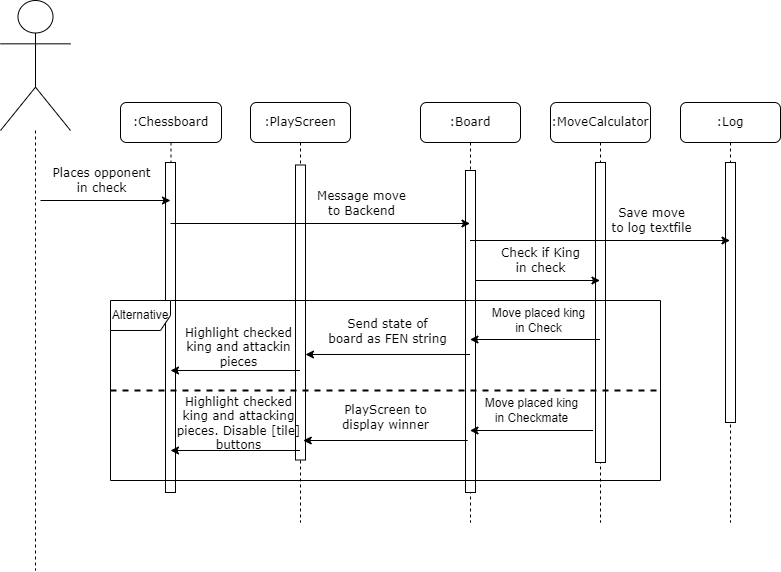
Above: dev/diagrams/Sequence Diagram UC 4.0.png in Skadoot/GP9 (draw.io), before the change. Source tidied: cells renumbered, new cells last; positions are measured from the earlier drawing's top-left corner, leaving out a move shared by most shapes. The source it was exported from:
```xml
<mxGraphModel>
  <root>
    <mxCell id="0" />
    <mxCell id="1" parent="0" />
    <mxCell id="2" value=":PlayScreen" style="shape=umlLifeline;perimeter=lifelinePerimeter;whiteSpace=wrap;html=1;rounded=1;shadow=0;comic=0;labelBackgroundColor=none;strokeWidth=1;fontFamily=Verdana;fontSize=12;align=center;" parent="1" vertex="1">
      <mxGeometry x="250" y="102" width="100" height="420" as="geometry" />
    </mxCell>
    <mxCell id="3" style="html=1;points=[];perimeter=orthogonalPerimeter;rounded=0;shadow=0;comic=0;labelBackgroundColor=none;strokeWidth=1;fontFamily=Verdana;fontSize=12;align=center;" parent="2" vertex="1">
      <mxGeometry x="45" y="62.5" width="10" height="295" as="geometry" />
    </mxCell>
    <mxCell id="4" value=":Chessboard" style="shape=umlLifeline;perimeter=lifelinePerimeter;whiteSpace=wrap;html=1;outlineConnect=0;rounded=1;shadow=0;comic=0;labelBackgroundColor=none;strokeWidth=1;fontFamily=Verdana;fontSize=12;align=center;" parent="1" vertex="1">
      <mxGeometry x="120" y="102" width="101" height="390" as="geometry" />
    </mxCell>
    <mxCell id="5" style="html=1;perimeter=orthogonalPerimeter;rounded=0;shadow=0;comic=0;labelBackgroundColor=none;strokeWidth=1;fontFamily=Verdana;fontSize=12;align=center;" parent="4" vertex="1">
      <mxGeometry x="45" y="60" width="10" height="330" as="geometry" />
    </mxCell>
    <mxCell id="6" style="edgeStyle=orthogonalEdgeStyle;rounded=0;jettySize=auto;html=1;dashed=1;endArrow=none;endFill=0;" parent="1" edge="1" source="7">
      <mxGeometry relative="1" as="geometry">
        <mxPoint x="35" y="570" as="targetPoint" />
        <Array as="points">
          <mxPoint x="35" y="40" />
        </Array>
      </mxGeometry>
    </mxCell>
    <mxCell id="7" style="shape=umlActor;verticalLabelPosition=bottom;verticalAlign=top;html=1;outlineConnect=0;" parent="1" vertex="1">
      <mxGeometry width="70" height="130" as="geometry" />
    </mxCell>
    <mxCell id="8" value=":Board" style="shape=umlLifeline;perimeter=lifelinePerimeter;whiteSpace=wrap;html=1;outlineConnect=0;rounded=1;shadow=0;comic=0;labelBackgroundColor=none;strokeWidth=1;fontFamily=Verdana;fontSize=12;align=center;" parent="1" vertex="1">
      <mxGeometry x="420" y="102" width="100" height="420" as="geometry" />
    </mxCell>
    <mxCell id="9" style="html=1;perimeter=orthogonalPerimeter;rounded=0;shadow=0;comic=0;labelBackgroundColor=none;strokeWidth=1;fontFamily=Verdana;fontSize=12;align=center;" parent="8" vertex="1">
      <mxGeometry x="45" y="68" width="10" height="322" as="geometry" />
    </mxCell>
    <mxCell id="10" value=":MoveCalculator" style="shape=umlLifeline;perimeter=lifelinePerimeter;whiteSpace=wrap;html=1;outlineConnect=0;rounded=1;shadow=0;comic=0;labelBackgroundColor=none;strokeWidth=1;fontFamily=Verdana;fontSize=12;align=center;" parent="1" vertex="1">
      <mxGeometry x="550" y="102" width="100" height="420" as="geometry" />
    </mxCell>
    <mxCell id="11" style="html=1;perimeter=orthogonalPerimeter;rounded=0;shadow=0;comic=0;labelBackgroundColor=none;strokeWidth=1;fontFamily=Verdana;fontSize=12;align=center;" parent="10" vertex="1">
      <mxGeometry x="45" y="60" width="10" height="300" as="geometry" />
    </mxCell>
    <mxCell id="12" value="Check if King&lt;br&gt;in check" style="endArrow=classic;html=1;rounded=0;fontFamily=Verdana;fontSize=12;labelBackgroundColor=none;" parent="10" edge="1" target="10">
      <mxGeometry x="0.04" y="20" relative="1" as="geometry">
        <mxPoint x="-75" y="178" as="sourcePoint" />
      </mxGeometry>
    </mxCell>
    <mxCell id="13" value=":Log" style="shape=umlLifeline;perimeter=lifelinePerimeter;whiteSpace=wrap;html=1;outlineConnect=0;rounded=1;shadow=0;comic=0;labelBackgroundColor=none;strokeWidth=1;fontFamily=Verdana;fontSize=12;align=center;" parent="1" vertex="1">
      <mxGeometry x="680" y="102" width="100" height="420" as="geometry" />
    </mxCell>
    <mxCell id="14" style="html=1;perimeter=orthogonalPerimeter;rounded=0;shadow=0;comic=0;labelBackgroundColor=none;strokeWidth=1;fontFamily=Verdana;fontSize=12;align=center;" parent="13" vertex="1">
      <mxGeometry x="45" y="60" width="10" height="260" as="geometry" />
    </mxCell>
    <mxCell id="15" value="Places opponent&lt;br&gt;in check" style="endArrow=classic;html=1;rounded=0;fontFamily=Verdana;fontSize=12;labelBackgroundColor=none;" parent="1" edge="1" target="4">
      <mxGeometry x="-0.06" y="20" relative="1" as="geometry">
        <mxPoint x="40" y="200" as="sourcePoint" />
      </mxGeometry>
    </mxCell>
    <mxCell id="16" value="Save move&lt;br&gt;to log textfile" style="endArrow=classic;html=1;rounded=0;fontFamily=Verdana;fontSize=12;labelBackgroundColor=none;" parent="1" edge="1">
      <mxGeometry x="0.39" y="20" relative="1" as="geometry">
        <mxPoint x="469.5" y="240" as="sourcePoint" />
        <mxPoint x="729.5" y="240" as="targetPoint" />
      </mxGeometry>
    </mxCell>
    <mxCell id="17" value="Alternative" style="shape=umlFrame;whiteSpace=wrap;html=1;" parent="1" vertex="1">
      <mxGeometry x="110" y="300" width="550" height="180" as="geometry" />
    </mxCell>
    <mxCell id="18" style="endArrow=none;dashed=1;html=1;strokeWidth=2;rounded=0;" parent="1" edge="1">
      <mxGeometry relative="1" as="geometry">
        <mxPoint x="110" y="390" as="sourcePoint" />
        <mxPoint x="660" y="390" as="targetPoint" />
      </mxGeometry>
    </mxCell>
    <mxCell id="19" value="&lt;font style=&quot;font-size: 12px;&quot;&gt;Move placed king&lt;br&gt;in Check&lt;br&gt;&lt;/font&gt;" style="endArrow=classic;html=1;rounded=0;labelBackgroundColor=none;" parent="1" edge="1" target="8">
      <mxGeometry x="-0.04" y="-19" relative="1" as="geometry">
        <mxPoint x="599.5" y="339" as="sourcePoint" />
      </mxGeometry>
    </mxCell>
    <mxCell id="20" style="endArrow=classic;html=1;rounded=0;" parent="1" edge="1" target="3">
      <mxGeometry relative="1" as="geometry">
        <mxPoint x="469.5" y="354" as="sourcePoint" />
      </mxGeometry>
    </mxCell>
    <mxCell id="21" value="&lt;font style=&quot;font-size: 12px;&quot; face=&quot;Verdana&quot;&gt;Send state of&lt;br&gt;board as FEN string&lt;br&gt;&lt;/font&gt;" style="edgeLabel;html=1;align=center;verticalAlign=middle;labelBackgroundColor=none;" parent="20" vertex="1">
      <mxGeometry x="-0.37" y="-1" relative="1" as="geometry">
        <mxPoint x="-31" y="-23" as="offset" />
      </mxGeometry>
    </mxCell>
    <mxCell id="22" style="endArrow=classic;html=1;rounded=0;" parent="1" edge="1" target="4">
      <mxGeometry relative="1" as="geometry">
        <mxPoint x="299.5" y="370" as="sourcePoint" />
      </mxGeometry>
    </mxCell>
    <mxCell id="23" value="&lt;font style=&quot;font-size: 12px;&quot; face=&quot;Verdana&quot;&gt;Highlight checked&lt;br&gt;king and attackin&lt;br&gt;pieces&lt;br&gt;&lt;/font&gt;" style="edgeLabel;html=1;align=center;verticalAlign=middle;labelBackgroundColor=none;" parent="22" vertex="1">
      <mxGeometry x="-0.37" y="-1" relative="1" as="geometry">
        <mxPoint x="-21" y="-23" as="offset" />
      </mxGeometry>
    </mxCell>
    <mxCell id="24" value="&lt;font style=&quot;font-size: 12px;&quot;&gt;Move placed king&lt;br&gt;in Checkmate&lt;br&gt;&lt;/font&gt;" style="endArrow=classic;html=1;rounded=0;labelBackgroundColor=none;" parent="1" edge="1" target="8">
      <mxGeometry y="-20" relative="1" as="geometry">
        <mxPoint x="592.5" y="430" as="sourcePoint" />
      </mxGeometry>
    </mxCell>
    <mxCell id="25" style="endArrow=classic;html=1;rounded=0;" parent="1" edge="1">
      <mxGeometry relative="1" as="geometry">
        <mxPoint x="467.2" y="440" as="sourcePoint" />
        <mxPoint x="302.8" y="440" as="targetPoint" />
      </mxGeometry>
    </mxCell>
    <mxCell id="26" value="&lt;font style=&quot;font-size: 12px;&quot; face=&quot;Verdana&quot;&gt;PlayScreen to&lt;br&gt;display winner&lt;br&gt;&lt;/font&gt;" style="edgeLabel;html=1;align=center;verticalAlign=middle;labelBackgroundColor=none;" parent="25" vertex="1">
      <mxGeometry x="-0.37" y="-1" relative="1" as="geometry">
        <mxPoint x="-31" y="-23" as="offset" />
      </mxGeometry>
    </mxCell>
    <mxCell id="27" style="endArrow=classic;html=1;rounded=0;" parent="1" edge="1" target="4">
      <mxGeometry relative="1" as="geometry">
        <mxPoint x="299.5" y="450" as="sourcePoint" />
      </mxGeometry>
    </mxCell>
    <mxCell id="28" value="&lt;font style=&quot;font-size: 12px;&quot; face=&quot;Verdana&quot;&gt;Highlight checked&lt;br&gt;king and attacking&lt;br&gt;pieces. Disable [tile]&lt;br&gt;buttons&lt;br&gt;&lt;/font&gt;" style="edgeLabel;html=1;align=center;verticalAlign=middle;labelBackgroundColor=none;" parent="27" vertex="1">
      <mxGeometry x="-0.37" y="-1" relative="1" as="geometry">
        <mxPoint x="-21" y="-27" as="offset" />
      </mxGeometry>
    </mxCell>
    <mxCell id="29" value="Message move &lt;br&gt;to Backend" style="endArrow=classic;html=1;rounded=0;fontFamily=Verdana;fontSize=12;labelBackgroundColor=none;" parent="1" edge="1">
      <mxGeometry x="0.28" y="20" relative="1" as="geometry">
        <mxPoint x="170" y="223" as="sourcePoint" />
        <mxPoint x="469.5" y="223" as="targetPoint" />
      </mxGeometry>
    </mxCell>
  </root>
</mxGraphModel>
```
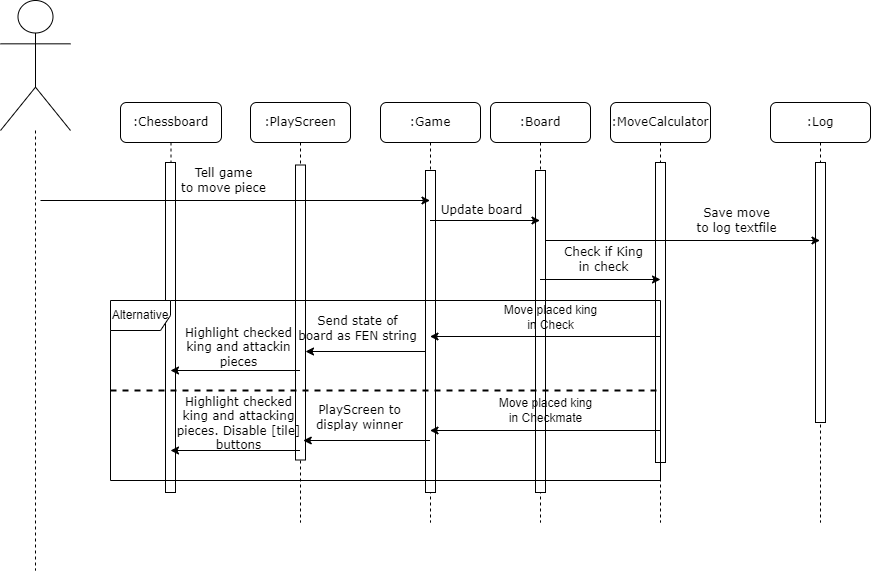
Later version of the same file.

The edit, as a diff of the source:
```diff
@@ -2,6 +2,12 @@
   <root>
     <mxCell id="0" />
     <mxCell id="1" parent="0" />
+    <mxCell id="30" value=":Game" style="shape=umlLifeline;perimeter=lifelinePerimeter;whiteSpace=wrap;html=1;outlineConnect=0;rounded=1;shadow=0;comic=0;labelBackgroundColor=none;strokeWidth=1;fontFamily=Verdana;fontSize=12;align=center;" parent="1" vertex="1">
+      <mxGeometry x="380" y="102" width="100" height="420" as="geometry" />
+    </mxCell>
+    <mxCell id="31" style="html=1;points=[];perimeter=orthogonalPerimeter;rounded=0;shadow=0;comic=0;labelBackgroundColor=none;strokeWidth=1;fontFamily=Verdana;fontSize=12;align=center;" parent="30" vertex="1">
+      <mxGeometry x="45" y="68" width="10" height="322" as="geometry" />
+    </mxCell>
     <mxCell id="2" value=":PlayScreen" style="shape=umlLifeline;perimeter=lifelinePerimeter;whiteSpace=wrap;html=1;rounded=1;shadow=0;comic=0;labelBackgroundColor=none;strokeWidth=1;fontFamily=Verdana;fontSize=12;align=center;" parent="1" vertex="1">
       <mxGeometry x="250" y="102" width="100" height="420" as="geometry" />
     </mxCell>
@@ -26,39 +32,33 @@
       <mxGeometry width="70" height="130" as="geometry" />
     </mxCell>
     <mxCell id="8" value=":Board" style="shape=umlLifeline;perimeter=lifelinePerimeter;whiteSpace=wrap;html=1;outlineConnect=0;rounded=1;shadow=0;comic=0;labelBackgroundColor=none;strokeWidth=1;fontFamily=Verdana;fontSize=12;align=center;" parent="1" vertex="1">
-      <mxGeometry x="420" y="102" width="100" height="420" as="geometry" />
+      <mxGeometry x="490" y="102" width="100" height="420" as="geometry" />
     </mxCell>
     <mxCell id="9" style="html=1;perimeter=orthogonalPerimeter;rounded=0;shadow=0;comic=0;labelBackgroundColor=none;strokeWidth=1;fontFamily=Verdana;fontSize=12;align=center;" parent="8" vertex="1">
       <mxGeometry x="45" y="68" width="10" height="322" as="geometry" />
     </mxCell>
     <mxCell id="10" value=":MoveCalculator" style="shape=umlLifeline;perimeter=lifelinePerimeter;whiteSpace=wrap;html=1;outlineConnect=0;rounded=1;shadow=0;comic=0;labelBackgroundColor=none;strokeWidth=1;fontFamily=Verdana;fontSize=12;align=center;" parent="1" vertex="1">
-      <mxGeometry x="550" y="102" width="100" height="420" as="geometry" />
+      <mxGeometry x="610" y="102" width="100" height="420" as="geometry" />
     </mxCell>
     <mxCell id="11" style="html=1;perimeter=orthogonalPerimeter;rounded=0;shadow=0;comic=0;labelBackgroundColor=none;strokeWidth=1;fontFamily=Verdana;fontSize=12;align=center;" parent="10" vertex="1">
       <mxGeometry x="45" y="60" width="10" height="300" as="geometry" />
     </mxCell>
-    <mxCell id="12" value="Check if King&lt;br&gt;in check" style="endArrow=classic;html=1;rounded=0;fontFamily=Verdana;fontSize=12;labelBackgroundColor=none;" parent="10" edge="1" target="10">
-      <mxGeometry x="0.04" y="20" relative="1" as="geometry">
-        <mxPoint x="-75" y="178" as="sourcePoint" />
-      </mxGeometry>
-    </mxCell>
     <mxCell id="13" value=":Log" style="shape=umlLifeline;perimeter=lifelinePerimeter;whiteSpace=wrap;html=1;outlineConnect=0;rounded=1;shadow=0;comic=0;labelBackgroundColor=none;strokeWidth=1;fontFamily=Verdana;fontSize=12;align=center;" parent="1" vertex="1">
-      <mxGeometry x="680" y="102" width="100" height="420" as="geometry" />
+      <mxGeometry x="770" y="102" width="100" height="420" as="geometry" />
     </mxCell>
     <mxCell id="14" style="html=1;perimeter=orthogonalPerimeter;rounded=0;shadow=0;comic=0;labelBackgroundColor=none;strokeWidth=1;fontFamily=Verdana;fontSize=12;align=center;" parent="13" vertex="1">
       <mxGeometry x="45" y="60" width="10" height="260" as="geometry" />
     </mxCell>
+    <mxCell id="16" value="Save move&lt;br&gt;to log textfile" style="endArrow=classic;html=1;rounded=0;fontFamily=Verdana;fontSize=12;labelBackgroundColor=none;" parent="13" edge="1" target="13">
+      <mxGeometry x="0.39" y="20" relative="1" as="geometry">
+        <mxPoint x="-225" y="138" as="sourcePoint" />
+      </mxGeometry>
+    </mxCell>
-    <mxCell id="15" value="Places opponent&lt;br&gt;in check" style="endArrow=classic;html=1;rounded=0;fontFamily=Verdana;fontSize=12;labelBackgroundColor=none;" parent="1" edge="1" target="4">
+    <mxCell id="15" value="Tell game&lt;br&gt;to move piece" style="endArrow=classic;html=1;rounded=0;fontFamily=Verdana;fontSize=12;labelBackgroundColor=none;" parent="1" edge="1" target="30">
       <mxGeometry x="-0.06" y="20" relative="1" as="geometry">
         <mxPoint x="40" y="200" as="sourcePoint" />
       </mxGeometry>
     </mxCell>
-    <mxCell id="16" value="Save move&lt;br&gt;to log textfile" style="endArrow=classic;html=1;rounded=0;fontFamily=Verdana;fontSize=12;labelBackgroundColor=none;" parent="1" edge="1">
-      <mxGeometry x="0.39" y="20" relative="1" as="geometry">
-        <mxPoint x="469.5" y="240" as="sourcePoint" />
-        <mxPoint x="729.5" y="240" as="targetPoint" />
-      </mxGeometry>
-    </mxCell>
     <mxCell id="17" value="Alternative" style="shape=umlFrame;whiteSpace=wrap;html=1;" parent="1" vertex="1">
       <mxGeometry x="110" y="300" width="550" height="180" as="geometry" />
     </mxCell>
@@ -68,14 +68,14 @@
         <mxPoint x="660" y="390" as="targetPoint" />
       </mxGeometry>
     </mxCell>
-    <mxCell id="19" value="&lt;font style=&quot;font-size: 12px;&quot;&gt;Move placed king&lt;br&gt;in Check&lt;br&gt;&lt;/font&gt;" style="endArrow=classic;html=1;rounded=0;labelBackgroundColor=none;" parent="1" edge="1" target="8">
+    <mxCell id="19" value="&lt;font style=&quot;font-size: 12px;&quot;&gt;Move placed king&lt;br&gt;in Check&lt;br&gt;&lt;/font&gt;" style="endArrow=classic;html=1;rounded=0;labelBackgroundColor=none;" parent="1" edge="1" target="30">
       <mxGeometry x="-0.04" y="-19" relative="1" as="geometry">
-        <mxPoint x="599.5" y="339" as="sourcePoint" />
+        <mxPoint x="659.5" y="336" as="sourcePoint" />
       </mxGeometry>
     </mxCell>
-    <mxCell id="20" style="endArrow=classic;html=1;rounded=0;" parent="1" edge="1" target="3">
+    <mxCell id="20" style="endArrow=classic;html=1;rounded=0;" parent="1" edge="1" source="31">
       <mxGeometry relative="1" as="geometry">
-        <mxPoint x="469.5" y="354" as="sourcePoint" />
+        <mxPoint x="305" y="351" as="targetPoint" />
       </mxGeometry>
     </mxCell>
     <mxCell id="21" value="&lt;font style=&quot;font-size: 12px;&quot; face=&quot;Verdana&quot;&gt;Send state of&lt;br&gt;board as FEN string&lt;br&gt;&lt;/font&gt;" style="edgeLabel;html=1;align=center;verticalAlign=middle;labelBackgroundColor=none;" parent="20" vertex="1">
@@ -93,14 +93,13 @@
         <mxPoint x="-21" y="-23" as="offset" />
       </mxGeometry>
     </mxCell>
-    <mxCell id="24" value="&lt;font style=&quot;font-size: 12px;&quot;&gt;Move placed king&lt;br&gt;in Checkmate&lt;br&gt;&lt;/font&gt;" style="endArrow=classic;html=1;rounded=0;labelBackgroundColor=none;" parent="1" edge="1" target="8">
+    <mxCell id="24" value="&lt;font style=&quot;font-size: 12px;&quot;&gt;Move placed king&lt;br&gt;in Checkmate&lt;br&gt;&lt;/font&gt;" style="endArrow=classic;html=1;rounded=0;labelBackgroundColor=none;" parent="1" edge="1" target="30">
       <mxGeometry y="-20" relative="1" as="geometry">
-        <mxPoint x="592.5" y="430" as="sourcePoint" />
+        <mxPoint x="659.5" y="430" as="sourcePoint" />
       </mxGeometry>
     </mxCell>
-    <mxCell id="25" style="endArrow=classic;html=1;rounded=0;" parent="1" edge="1">
+    <mxCell id="25" style="endArrow=classic;html=1;rounded=0;" parent="1" edge="1" source="30">
       <mxGeometry relative="1" as="geometry">
-        <mxPoint x="467.2" y="440" as="sourcePoint" />
         <mxPoint x="302.8" y="440" as="targetPoint" />
       </mxGeometry>
     </mxCell>
@@ -119,11 +118,17 @@
         <mxPoint x="-21" y="-27" as="offset" />
       </mxGeometry>
     </mxCell>
-    <mxCell id="29" value="Message move &lt;br&gt;to Backend" style="endArrow=classic;html=1;rounded=0;fontFamily=Verdana;fontSize=12;labelBackgroundColor=none;" parent="1" edge="1">
-      <mxGeometry x="0.28" y="20" relative="1" as="geometry">
-        <mxPoint x="170" y="223" as="sourcePoint" />
-        <mxPoint x="469.5" y="223" as="targetPoint" />
-      </mxGeometry>
-    </mxCell>
+    <mxCell id="12" value="Check if King&lt;br&gt;in check" style="endArrow=classic;html=1;rounded=0;fontFamily=Verdana;fontSize=12;labelBackgroundColor=none;" parent="1" edge="1">
+      <mxGeometry x="0.04" y="20" relative="1" as="geometry">
+        <mxPoint x="539.5" y="279" as="sourcePoint" />
+        <mxPoint x="660" y="279" as="targetPoint" />
+      </mxGeometry>
+    </mxCell>
+    <mxCell id="32" value="Update board" style="endArrow=classic;html=1;rounded=0;fontSize=12;fontFamily=Verdana;" parent="1" edge="1">
+      <mxGeometry x="-0.08" y="10" relative="1" as="geometry">
+        <mxPoint x="429.5" y="220" as="sourcePoint" />
+        <mxPoint x="539.5" y="220" as="targetPoint" />
+      </mxGeometry>
+    </mxCell>
   </root>
 </mxGraphModel>
```
